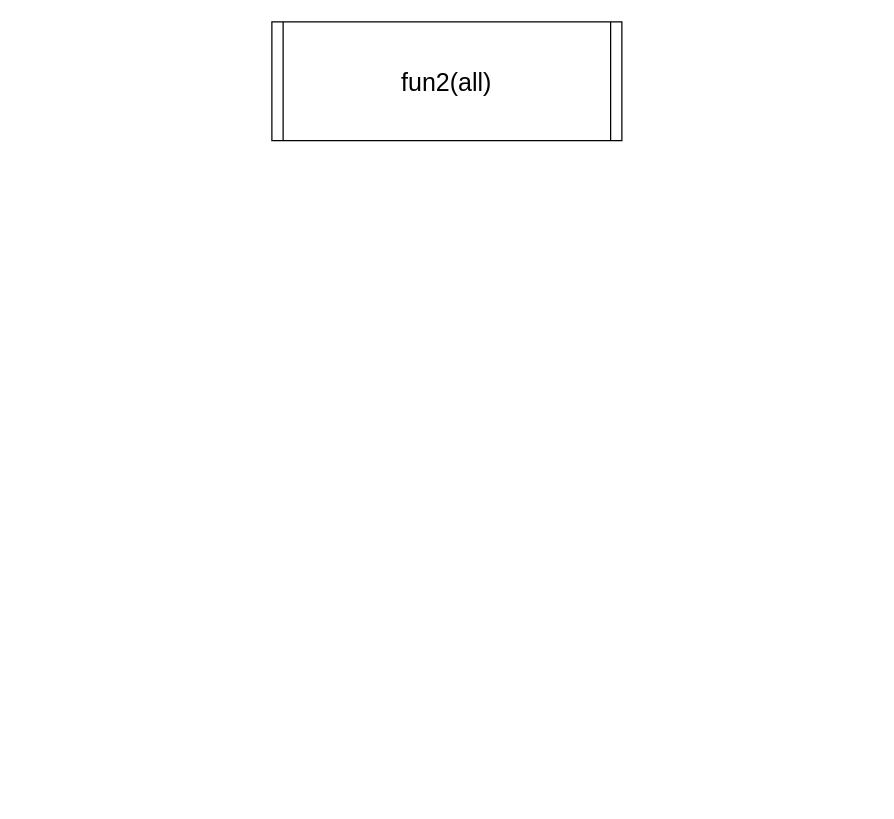
Before: page "fun2" (4 of 4) of 2580.drawio in justsicklife/flowchart, a draw.io diagram. Source tidied: cells renumbered, new cells numbered last; positions are measured from the earlier drawing's top-left corner, leaving out a move shared by most shapes. Both pictures are drawn from the tidied source at 125%, with x=0, y=0 at pixel (271, 21).
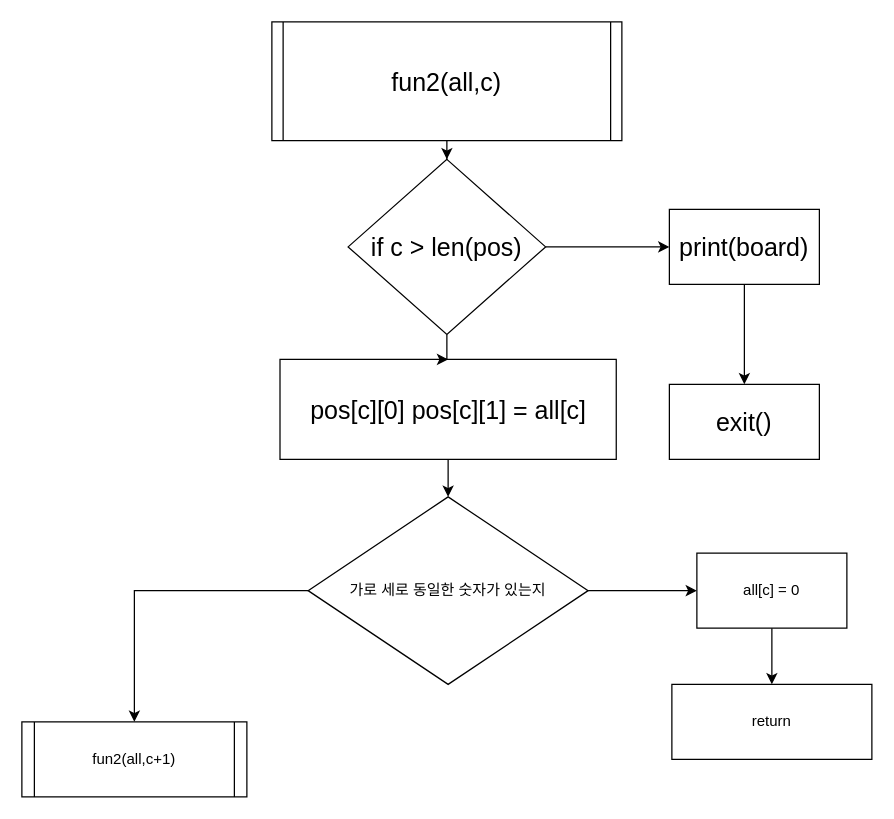
After the change.

Change to the diagram source:
```diff
@@
 <mxGraphModel>
   <root>
     <mxCell id="0" />
     <mxCell id="1" parent="0" />
+    <mxCell id="3" style="edgeStyle=orthogonalEdgeStyle;rounded=0;jettySize=auto;html=1;" parent="1" edge="1" source="2" target="15">
+      <mxGeometry relative="1" as="geometry" />
+    </mxCell>
-    <mxCell id="2" value="fun2(all)" style="shape=process;whiteSpace=wrap;html=1;backgroundOutline=1;fontSize=20;size=0.03125;" parent="1" vertex="1">
+    <mxCell id="2" value="fun2(all,c)" style="shape=process;whiteSpace=wrap;html=1;backgroundOutline=1;fontSize=20;size=0.03125;" parent="1" vertex="1">
       <mxGeometry width="280" height="95" as="geometry" />
     </mxCell>
+    <mxCell id="4" style="edgeStyle=orthogonalEdgeStyle;rounded=0;jettySize=auto;html=1;" parent="1" edge="1" source="5" target="8">
+      <mxGeometry relative="1" as="geometry" />
+    </mxCell>
+    <mxCell id="5" value="pos[c][0] pos[c][1] = all[c]" style="whiteSpace=wrap;html=1;fontSize=20;" parent="1" vertex="1">
+      <mxGeometry x="6.5" y="270" width="269" height="80" as="geometry" />
+    </mxCell>
+    <mxCell id="6" style="edgeStyle=orthogonalEdgeStyle;rounded=0;jettySize=auto;html=1;" parent="1" edge="1" source="8" target="9">
+      <mxGeometry relative="1" as="geometry" />
+    </mxCell>
+    <mxCell id="7" style="edgeStyle=orthogonalEdgeStyle;rounded=0;jettySize=auto;html=1;" parent="1" edge="1" source="8" target="12">
+      <mxGeometry relative="1" as="geometry" />
+    </mxCell>
+    <mxCell id="8" value="가로 세로 동일한 숫자가 있는지" style="rhombus;whiteSpace=wrap;html=1;" parent="1" vertex="1">
+      <mxGeometry x="29" y="380" width="224" height="150" as="geometry" />
+    </mxCell>
+    <mxCell id="9" value="fun2(all,c+1)" style="shape=process;whiteSpace=wrap;html=1;backgroundOutline=1;size=0.05555555555555555;" parent="1" vertex="1">
+      <mxGeometry x="-200" y="560" width="180" height="60" as="geometry" />
+    </mxCell>
+    <mxCell id="10" value="return" style="whiteSpace=wrap;html=1;" parent="1" vertex="1">
+      <mxGeometry x="320" y="530" width="160" height="60" as="geometry" />
+    </mxCell>
+    <mxCell id="11" style="edgeStyle=orthogonalEdgeStyle;rounded=0;jettySize=auto;html=1;" parent="1" edge="1" source="12" target="10">
+      <mxGeometry relative="1" as="geometry" />
+    </mxCell>
+    <mxCell id="12" value="all[c] = 0" style="whiteSpace=wrap;html=1;" parent="1" vertex="1">
+      <mxGeometry x="340" y="425" width="120" height="60" as="geometry" />
+    </mxCell>
+    <mxCell id="13" style="edgeStyle=orthogonalEdgeStyle;rounded=0;jettySize=auto;html=1;" parent="1" edge="1" source="15" target="5">
+      <mxGeometry relative="1" as="geometry" />
+    </mxCell>
+    <mxCell id="14" style="edgeStyle=orthogonalEdgeStyle;rounded=0;jettySize=auto;html=1;" parent="1" edge="1" source="15" target="17">
+      <mxGeometry relative="1" as="geometry" />
+    </mxCell>
+    <mxCell id="15" value="if c &amp;gt; len(pos)" style="rhombus;whiteSpace=wrap;html=1;fontSize=20;" parent="1" vertex="1">
+      <mxGeometry x="61" y="110" width="158" height="140" as="geometry" />
+    </mxCell>
+    <mxCell id="16" style="edgeStyle=orthogonalEdgeStyle;rounded=0;jettySize=auto;html=1;" parent="1" edge="1" source="17" target="18">
+      <mxGeometry relative="1" as="geometry" />
+    </mxCell>
+    <mxCell id="17" value="print(board)" style="whiteSpace=wrap;html=1;fontSize=20;" parent="1" vertex="1">
+      <mxGeometry x="318" y="150" width="120" height="60" as="geometry" />
+    </mxCell>
+    <mxCell id="18" value="exit()" style="whiteSpace=wrap;html=1;fontSize=20;" parent="1" vertex="1">
+      <mxGeometry x="318" y="290" width="120" height="60" as="geometry" />
+    </mxCell>
   </root>
 </mxGraphModel>
```
